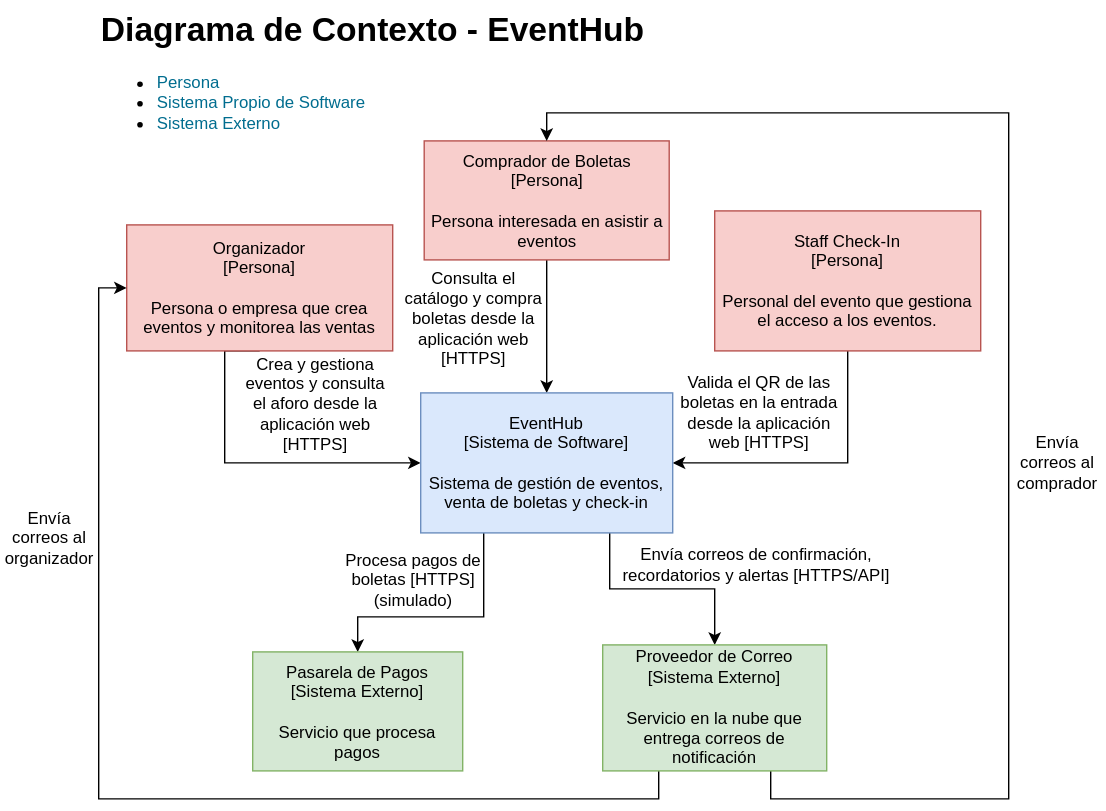
vargasesc17/EventHub keeps this draw.io diagram as docs/diagramas/c1-contexto.svg. Above is the earlier version. Source tidied: cells renumbered, new cells last; positions are measured from the earlier drawing's top-left corner, leaving out a move shared by most shapes.
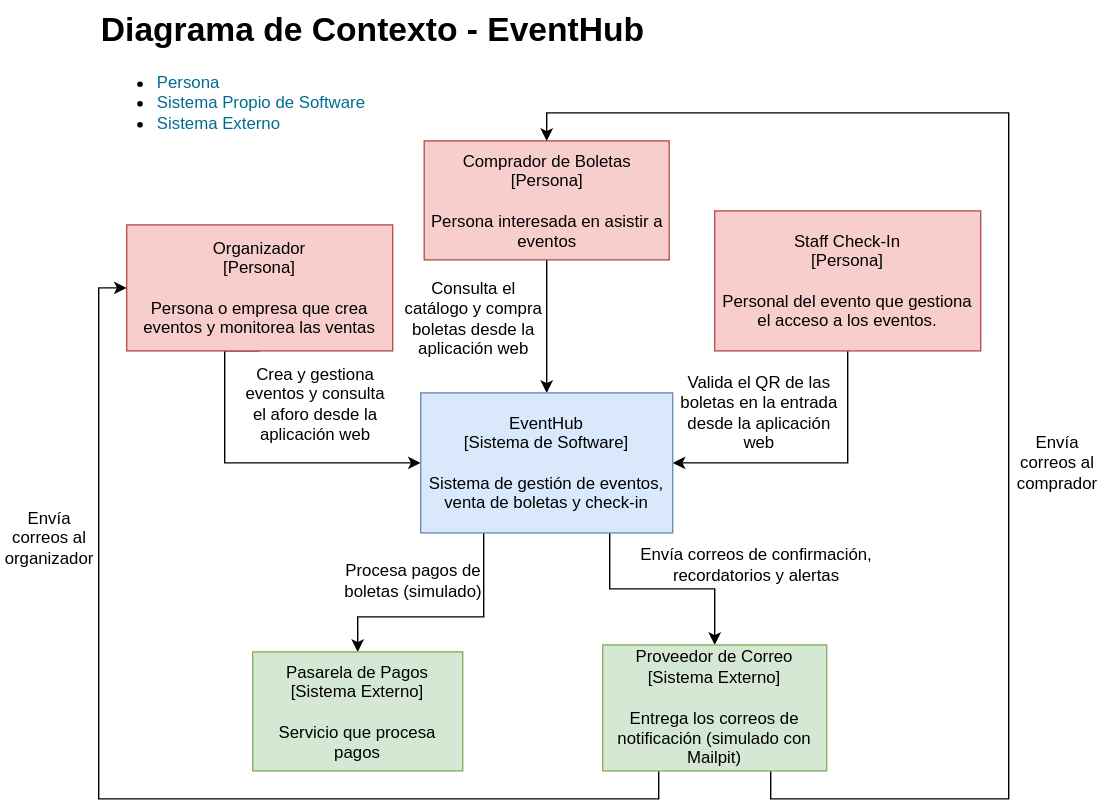
Later version of the same file.

The edit, as a diff of the source:
```diff
@@ -39,13 +39,13 @@
     <mxCell id="10" value="EventHub&lt;div&gt;[Sistema de Software]&lt;/div&gt;&lt;div&gt;&lt;br&gt;&lt;/div&gt;&lt;div&gt;Sistema de gestión de eventos, venta de boletas y check-in&lt;/div&gt;" style="rounded=0;whiteSpace=wrap;html=1;fillColor=#dae8fc;strokeColor=#6c8ebf;" parent="1" vertex="1">
       <mxGeometry x="300" y="280" width="180" height="100" as="geometry" />
     </mxCell>
-    <mxCell id="11" value="Crea y gestiona eventos y consulta el aforo desde la aplicación web [HTTPS]" style="text;html=1;whiteSpace=wrap;strokeColor=none;fillColor=none;align=center;verticalAlign=middle;rounded=0;" parent="1" vertex="1">
+    <mxCell id="11" value="Crea y gestiona eventos y consulta el aforo desde la aplicación web" style="text;html=1;whiteSpace=wrap;strokeColor=none;fillColor=none;align=center;verticalAlign=middle;rounded=0;" parent="1" vertex="1">
       <mxGeometry x="170" y="245" width="110" height="85" as="geometry" />
     </mxCell>
-    <mxCell id="12" value="Procesa pagos de boletas [HTTPS] (simulado)" style="text;html=1;whiteSpace=wrap;strokeColor=none;fillColor=none;align=center;verticalAlign=middle;rounded=0;" parent="1" vertex="1">
+    <mxCell id="12" value="Procesa pagos de boletas (simulado)" style="text;html=1;whiteSpace=wrap;strokeColor=none;fillColor=none;align=center;verticalAlign=middle;rounded=0;" parent="1" vertex="1">
       <mxGeometry x="240" y="390" width="110" height="47" as="geometry" />
     </mxCell>
-    <mxCell id="13" value="Valida el QR de las boletas en la entrada desde la aplicación web [HTTPS]" style="text;html=1;whiteSpace=wrap;strokeColor=none;fillColor=none;align=center;verticalAlign=middle;rounded=0;" parent="1" vertex="1">
+    <mxCell id="13" value="Valida el QR de las boletas en la entrada desde la aplicación web" style="text;html=1;whiteSpace=wrap;strokeColor=none;fillColor=none;align=center;verticalAlign=middle;rounded=0;" parent="1" vertex="1">
       <mxGeometry x="482" y="263" width="120" height="62" as="geometry" />
     </mxCell>
     <mxCell id="14" value="Pasarela de Pagos [Sistema Externo]&lt;div&gt;&lt;br&gt;&lt;/div&gt;&lt;div&gt;Servicio que procesa pagos&lt;/div&gt;" style="rounded=0;whiteSpace=wrap;html=1;fillColor=#d5e8d4;strokeColor=#82b366;" parent="1" vertex="1">
@@ -64,13 +64,13 @@
         </Array>
       </mxGeometry>
     </mxCell>
-    <mxCell id="17" value="Proveedor de Correo [Sistema Externo]&lt;div&gt;&lt;br&gt;&lt;/div&gt;&lt;div&gt;Servicio en la nube que entrega correos de notificación&lt;/div&gt;" style="rounded=0;whiteSpace=wrap;html=1;fillColor=#d5e8d4;strokeColor=#82b366;" parent="1" vertex="1">
+    <mxCell id="17" value="Proveedor de Correo [Sistema Externo]&lt;div&gt;&lt;br&gt;&lt;/div&gt;&lt;div&gt;Entrega los correos de notificación (simulado con Mailpit)&lt;/div&gt;" style="rounded=0;whiteSpace=wrap;html=1;fillColor=#d5e8d4;strokeColor=#82b366;" parent="1" vertex="1">
       <mxGeometry x="430" y="460" width="160" height="90" as="geometry" />
     </mxCell>
-    <mxCell id="18" value="Consulta el catálogo y compra boletas desde la aplicación web [HTTPS]" style="text;html=1;whiteSpace=wrap;strokeColor=none;fillColor=none;align=center;verticalAlign=middle;rounded=0;" parent="1" vertex="1">
+    <mxCell id="18" value="Consulta el catálogo y compra boletas desde la aplicación web" style="text;html=1;whiteSpace=wrap;strokeColor=none;fillColor=none;align=center;verticalAlign=middle;rounded=0;" parent="1" vertex="1">
       <mxGeometry x="283" y="190" width="110" height="73" as="geometry" />
     </mxCell>
-    <mxCell id="19" value="Envía correos de confirmación, recordatorios y alertas [HTTPS/API]" style="text;html=1;whiteSpace=wrap;strokeColor=none;fillColor=none;align=center;verticalAlign=middle;rounded=0;" parent="1" vertex="1">
+    <mxCell id="19" value="Envía correos de confirmación, recordatorios y alertas" style="text;html=1;whiteSpace=wrap;strokeColor=none;fillColor=none;align=center;verticalAlign=middle;rounded=0;" parent="1" vertex="1">
       <mxGeometry x="440" y="379" width="200" height="47" as="geometry" />
     </mxCell>
     <mxCell id="20" value="Envía correos al organizador" style="text;html=1;whiteSpace=wrap;strokeColor=none;fillColor=none;align=center;verticalAlign=middle;rounded=0;" parent="1" vertex="1">
```
